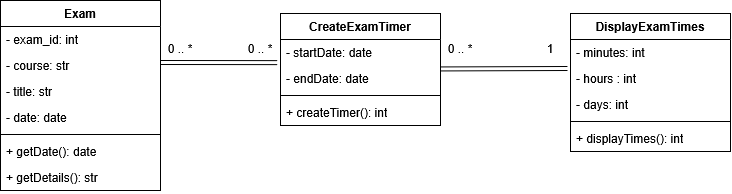
mverhagen5795-tech/Syllabus-Calender keeps this draw.io diagram as docs/uml/slices/gabriel-examTimer/classes.png. Above is the earlier version. Source tidied: cells renumbered, new cells last; positions are measured from the earlier drawing's top-left corner, leaving out a move shared by most shapes.
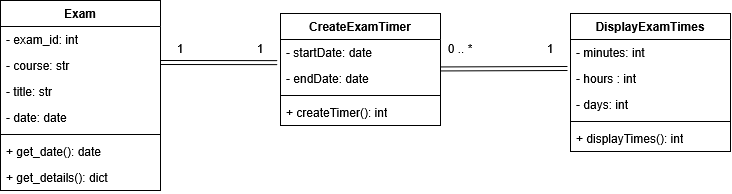
Above is the later version.

What changed in the source:
```diff
@@ -53,10 +53,10 @@
     <mxCell id="18" style="line;strokeWidth=1;fillColor=none;align=left;verticalAlign=middle;spacingTop=-1;spacingLeft=3;spacingRight=3;labelPosition=right;strokeColor=inherit;" parent="13" vertex="1">
       <mxGeometry y="130" width="160" height="8" as="geometry" />
     </mxCell>
-    <mxCell id="19" value="+ getDate(): date" style="text;strokeColor=none;fillColor=none;align=left;verticalAlign=top;spacingLeft=4;spacingRight=4;overflow=hidden;whiteSpace=wrap;html=1;" parent="13" vertex="1">
+    <mxCell id="19" value="+ get_date(): date" style="text;strokeColor=none;fillColor=none;align=left;verticalAlign=top;spacingLeft=4;spacingRight=4;overflow=hidden;whiteSpace=wrap;html=1;" parent="13" vertex="1">
       <mxGeometry y="138" width="160" height="26" as="geometry" />
     </mxCell>
-    <mxCell id="20" value="+ getDetails(): str" style="text;strokeColor=none;fillColor=none;align=left;verticalAlign=top;spacingLeft=4;spacingRight=4;overflow=hidden;whiteSpace=wrap;html=1;" parent="13" vertex="1">
+    <mxCell id="20" value="+ get_details(): dict" style="text;strokeColor=none;fillColor=none;align=left;verticalAlign=top;spacingLeft=4;spacingRight=4;overflow=hidden;whiteSpace=wrap;html=1;" parent="13" vertex="1">
       <mxGeometry y="164" width="160" height="26" as="geometry" />
     </mxCell>
     <mxCell id="21" style="shape=link;html=1;rounded=0;entryX=-0.019;entryY=0.119;entryDx=0;entryDy=0;entryPerimeter=0;" parent="1" edge="1" target="9">
@@ -75,10 +75,10 @@
         <mxPoint x="160" y="62" as="sourcePoint" />
       </mxGeometry>
     </mxCell>
-    <mxCell id="25" value="0 .. *" style="text;html=1;whiteSpace=wrap;strokeColor=none;fillColor=none;align=center;verticalAlign=middle;rounded=0;" parent="1" vertex="1">
+    <mxCell id="25" value="1" style="text;html=1;whiteSpace=wrap;strokeColor=none;fillColor=none;align=center;verticalAlign=middle;rounded=0;" parent="1" vertex="1">
       <mxGeometry x="150" y="33" width="60" height="30" as="geometry" />
     </mxCell>
-    <mxCell id="26" value="0 .. *" style="text;html=1;whiteSpace=wrap;strokeColor=none;fillColor=none;align=center;verticalAlign=middle;rounded=0;" parent="1" vertex="1">
+    <mxCell id="26" value="1" style="text;html=1;whiteSpace=wrap;strokeColor=none;fillColor=none;align=center;verticalAlign=middle;rounded=0;" parent="1" vertex="1">
       <mxGeometry x="230" y="33" width="60" height="30" as="geometry" />
     </mxCell>
   </root>
```
